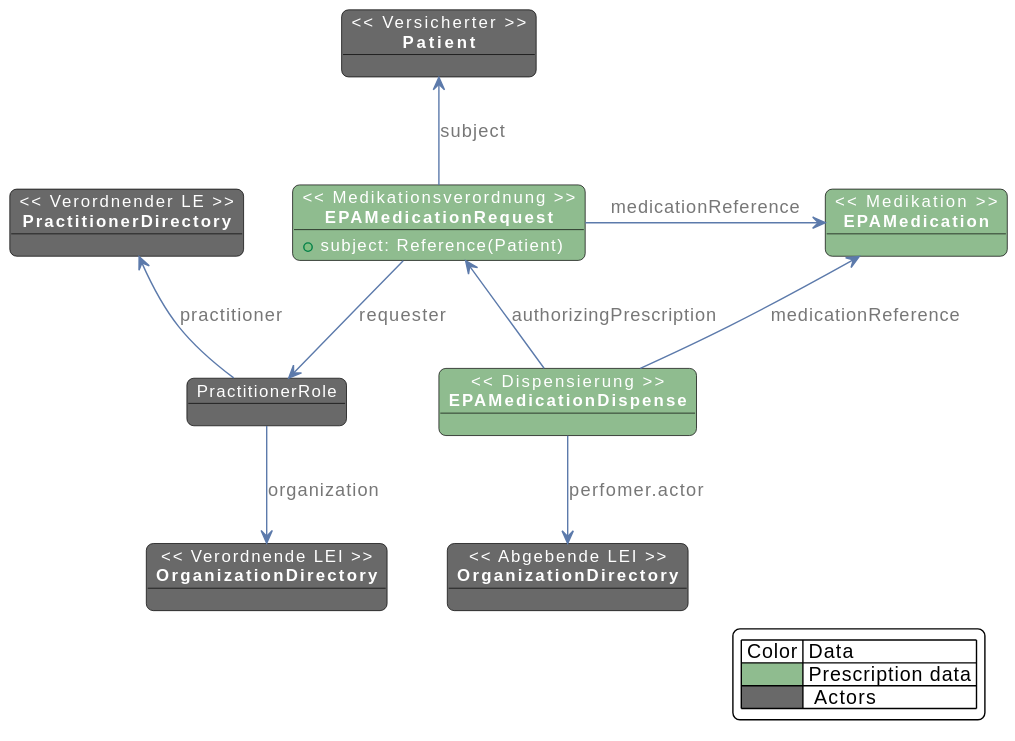
Above: images/plantuml/medication.fhir.model.svg in gematik/ePA-Medication (PlantUML), before the change.
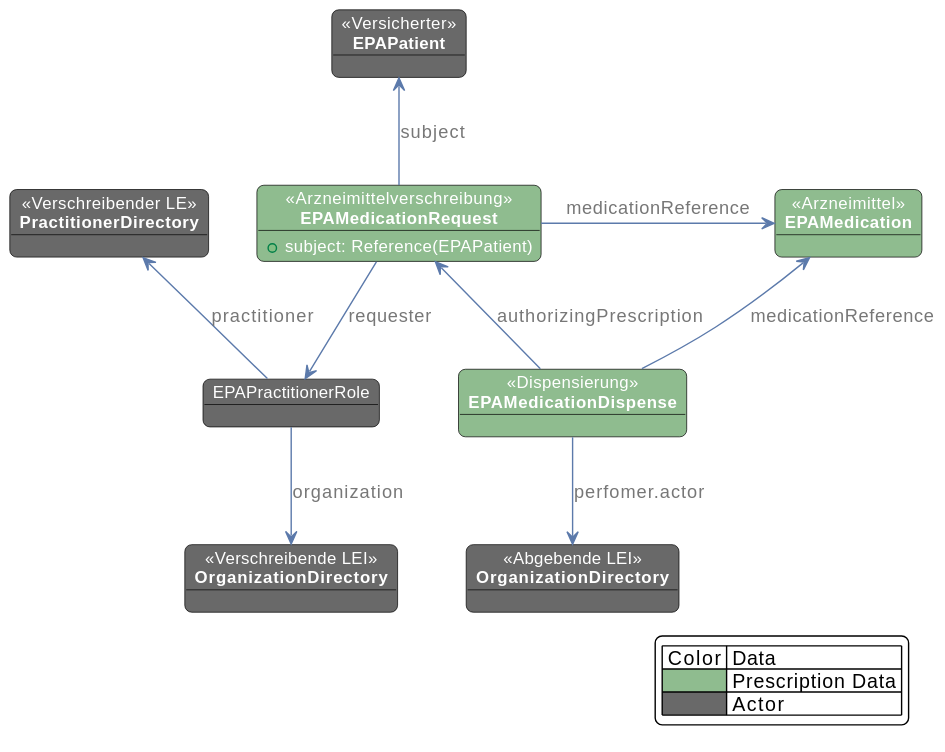
The same diagram one commit later.

Diff of the diagram source:
```diff
@@ -1,4 +1,4 @@
-@startuml medication.fhir.model
+@startuml
 skinparam fixCircleLabelOverlapping false
 skinparam roundcorner 10
 skinparam object {
@@ -12,14 +12,14 @@
 }
 skinparam LegendBackgroundColor White
 
-object "<< Versicherter >>\n**Patient**" as Patient
-object "<< Verordnender LE >>\n**PractitionerDirectory**" as PrescribingPractitioner
-object "<< Verordnende LEI >>\n**OrganizationDirectory**" as PrescribingOrganization
+object "<< Versicherter >>\n**EPAPatient**" as Patient
+object "<< Verschreibender LE >>\n**PractitionerDirectory**" as PrescribingPractitioner
+object "<< Verschreibende LEI >>\n**OrganizationDirectory**" as PrescribingOrganization
 object "<< Abgebende LEI >>\n**OrganizationDirectory**" as DispenserOrganization
-object "PractitionerRole" as PractionerRole
-object "<< Medikation >>\n**EPAMedication**" as Medication #DarkSeaGreen
-object "<< Medikationsverordnung >>\n**EPAMedicationRequest**" as MedicationRequest #DarkSeaGreen  {
-    + subject: Reference(Patient)
+object "EPAPractitionerRole" as PractionerRole
+object "<< Arzneimittel >>\n**EPAMedication**" as Medication #DarkSeaGreen
+object "<< Arzneimittelverschreibung >>\n**EPAMedicationRequest**" as MedicationRequest #DarkSeaGreen  {
+    + subject: Reference(EPAPatient)
 }
 object "<< Dispensierung >>\n**EPAMedicationDispense**" as MedicationDispense #DarkSeaGreen
 
@@ -38,7 +38,7 @@
 
 legend right
     | Color | Data |
-    |<#DarkSeaGreen>| Prescription data |
-    |<#DimGrey>|  Actors |
+    |<#DarkSeaGreen>| Prescription Data |
+    |<#DimGrey>| Actor |
 endlegend
 @enduml
```
